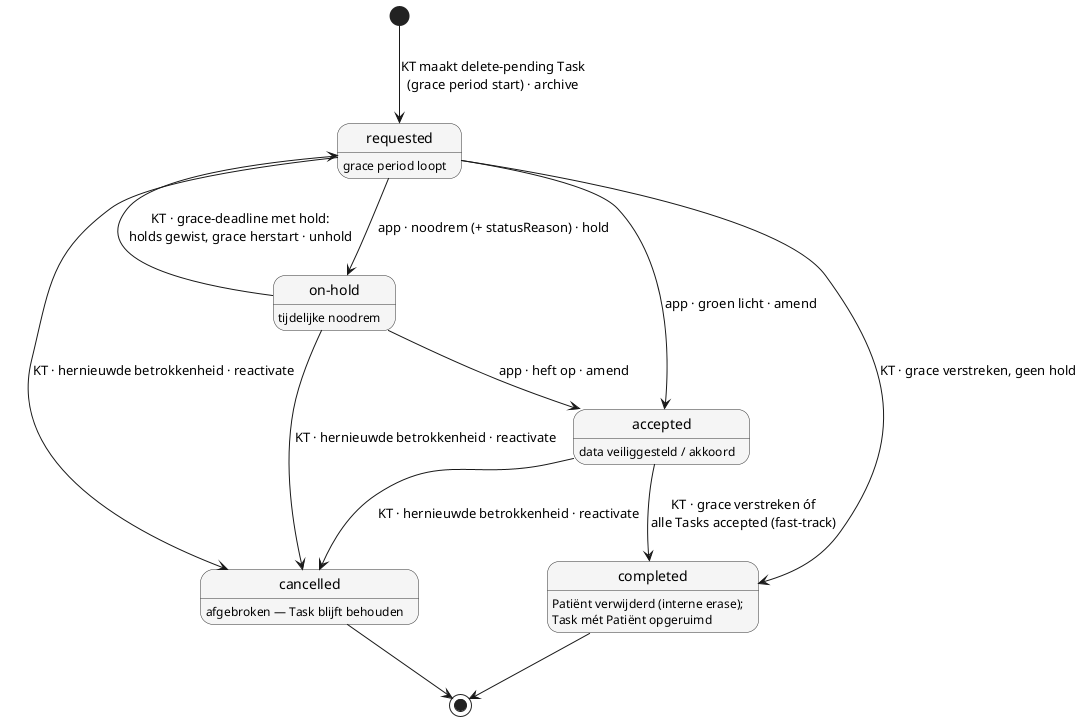
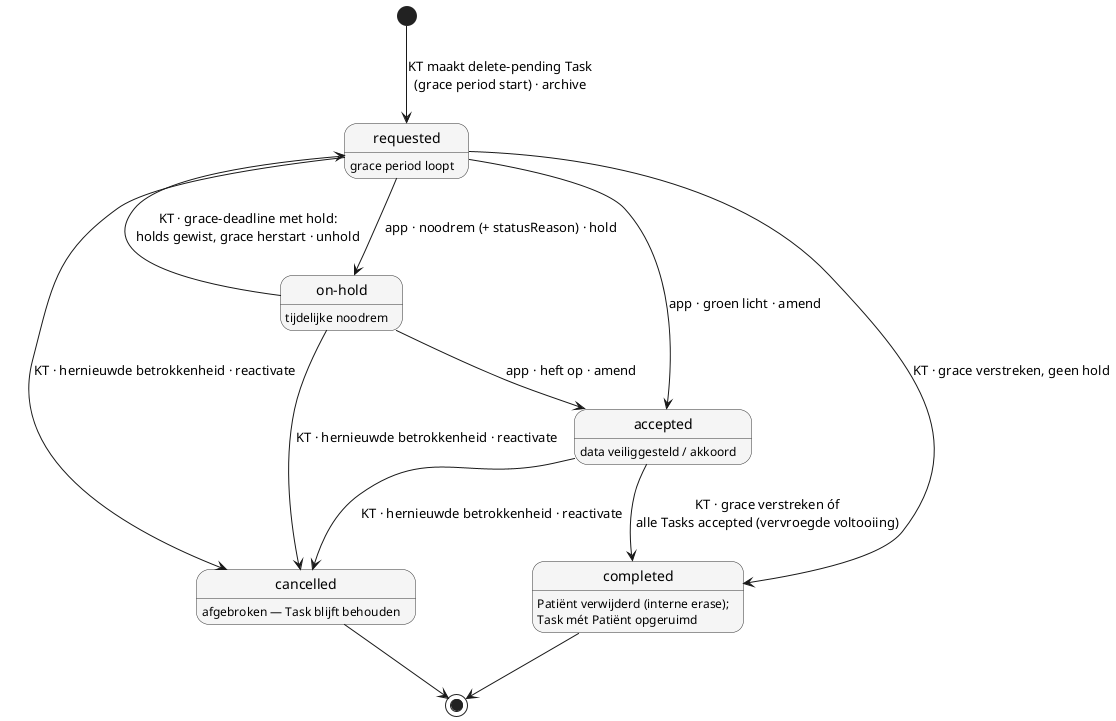
@startuml opschoning-patient-data-statusflow

skinparam state {
  BackgroundColor #f5f5f5
  BorderColor #333333
}

state "requested" as requested
state "on-hold" as on_hold
state "accepted" as accepted
state "cancelled" as cancelled
state "completed" as completed

[*] --> requested : KT maakt delete-pending Task\n(grace period start) · archive

requested : grace period loopt
requested --> on_hold : app · noodrem (+ statusReason) · hold
requested --> accepted : app · groen licht · amend
requested --> completed : KT · grace verstreken, geen hold

on_hold : tijdelijke noodrem
on_hold --> accepted : app · heft op · amend
on_hold --> requested : KT · grace-deadline met hold:\nholds gewist, grace herstart · unhold

accepted : data veiliggesteld / akkoord
- accepted --> completed : KT · grace verstreken óf\nalle Tasks accepted (fast-track)
+ accepted --> completed : KT · grace verstreken óf\nalle Tasks accepted (vervroegde voltooiing)

requested --> cancelled : KT · hernieuwde betrokkenheid · reactivate
on_hold --> cancelled : KT · hernieuwde betrokkenheid · reactivate
accepted --> cancelled : KT · hernieuwde betrokkenheid · reactivate

cancelled : afgebroken — Task blijft behouden
cancelled --> [*]

completed : Patiënt verwijderd (interne erase);\nTask mét Patiënt opgeruimd
completed --> [*]

@enduml
